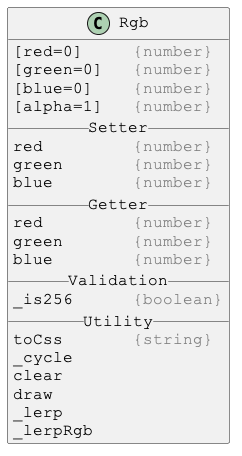
Earlier version of the PlantUML export docs/PlantUml/images/Rgb.png (Justin-Byrne/canvasLab).
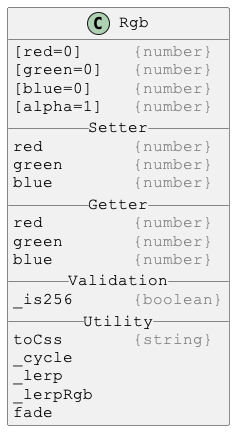
The same diagram one commit later.

Change to the diagram source:
```diff
@@ -21,10 +21,9 @@
 __ Utility __
 toCss       <color:gray>{string}</color>
 _cycle
-clear
-draw
 _lerp
 _lerpRgb
+fade
 }
 
 @enduml
```
